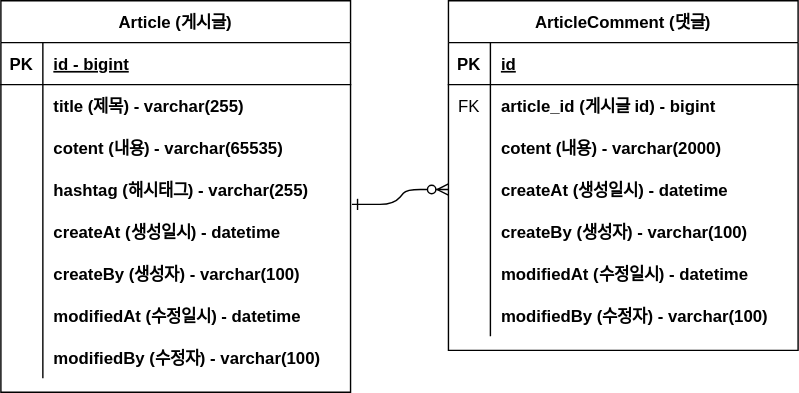
kwantke/project-board keeps this draw.io diagram as docomunet/project-board-erd.svg. Above is the earlier version. Source tidied: cells renumbered, new cells last; positions are measured from the earlier drawing's top-left corner, leaving out a move shared by most shapes.
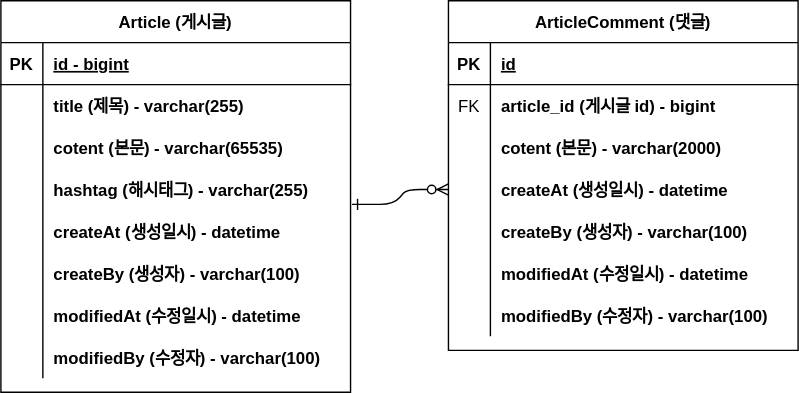
Later version of the same file.

Commit message:
#9 - ERD 주석 업데이트 :project-board-erd.svg

What changed in the source:
```diff
@@ -32,7 +32,7 @@
     <mxCell id="11" style="shape=partialRectangle;overflow=hidden;fillColor=none;top=0;left=0;bottom=0;right=0;" parent="10" vertex="1">
       <mxGeometry width="30" height="30" as="geometry" />
     </mxCell>
-    <mxCell id="12" value="cotent (내용) - varchar(2000)" style="shape=partialRectangle;overflow=hidden;fillColor=none;top=0;left=0;bottom=0;right=0;align=left;spacingLeft=6;fontStyle=1;" parent="10" vertex="1">
+    <mxCell id="12" value="cotent (본문) - varchar(2000)" style="shape=partialRectangle;overflow=hidden;fillColor=none;top=0;left=0;bottom=0;right=0;align=left;spacingLeft=6;fontStyle=1;" parent="10" vertex="1">
       <mxGeometry x="30" width="220" height="30" as="geometry" />
     </mxCell>
     <mxCell id="13" style="shape=partialRectangle;fillColor=none;points=[[0,0.5],[1,0.5]];portConstraint=eastwest;top=0;left=0;right=0;bottom=0;" parent="3" vertex="1">
@@ -98,7 +98,7 @@
     <mxCell id="33" style="shape=partialRectangle;overflow=hidden;fillColor=none;top=0;left=0;bottom=0;right=0;" parent="32" vertex="1">
       <mxGeometry width="30" height="30" as="geometry" />
     </mxCell>
-    <mxCell id="34" value="cotent (내용) - varchar(65535)" style="shape=partialRectangle;overflow=hidden;fillColor=none;top=0;left=0;bottom=0;right=0;align=left;spacingLeft=6;fontStyle=1;" parent="32" vertex="1">
+    <mxCell id="34" value="cotent (본문) - varchar(65535)" style="shape=partialRectangle;overflow=hidden;fillColor=none;top=0;left=0;bottom=0;right=0;align=left;spacingLeft=6;fontStyle=1;" parent="32" vertex="1">
       <mxGeometry x="30" width="220" height="30" as="geometry" />
     </mxCell>
     <mxCell id="35" style="shape=partialRectangle;fillColor=none;top=0;left=0;right=0;bottom=0;" parent="25" vertex="1">
```
